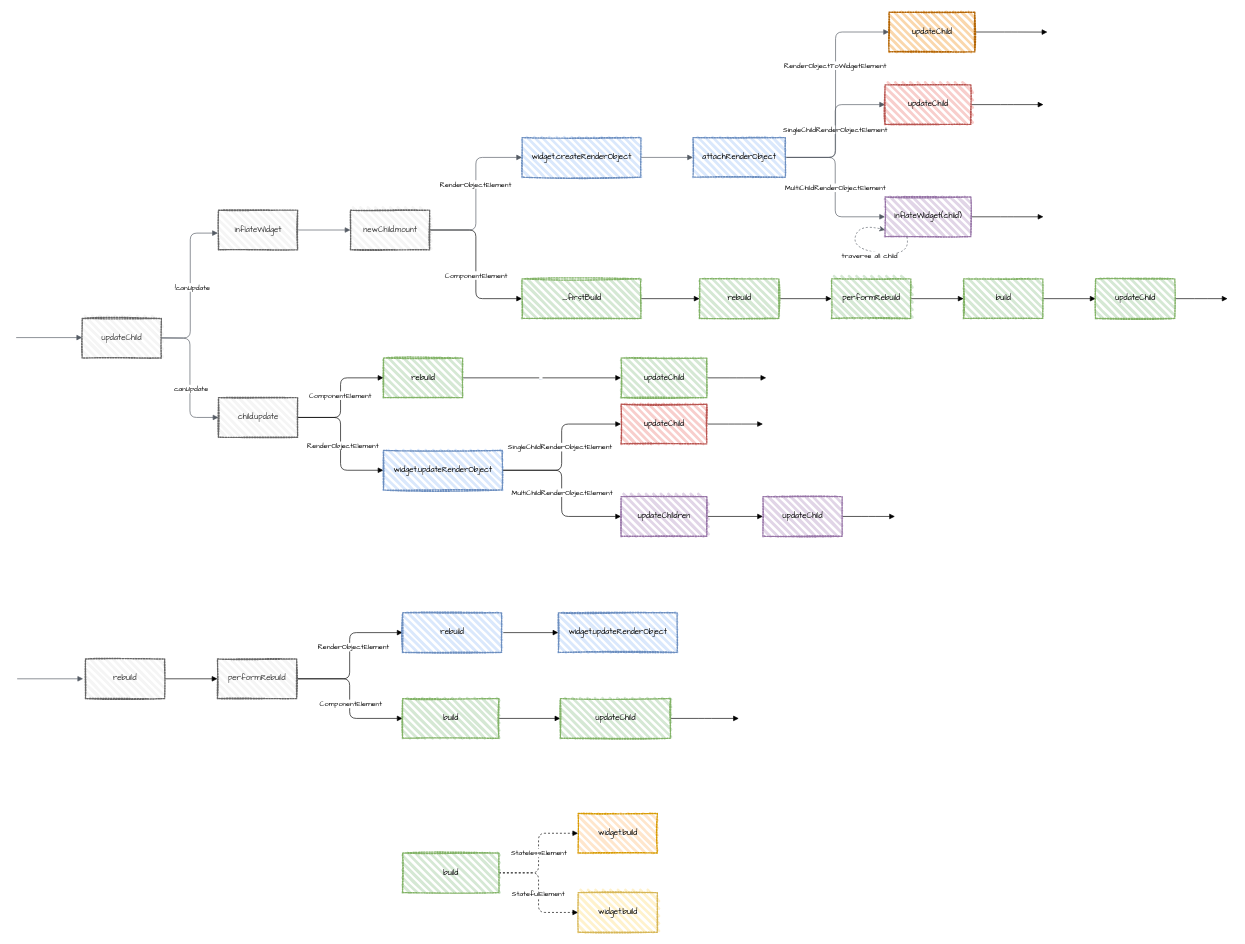
XVXVXXX/Algorithms keeps this draw.io diagram as Sort/Untitled Diagram.drawio. Above is the earlier version. Source tidied: cells renumbered, new cells numbered last; positions are measured from the earlier drawing's top-left corner, leaving out a move shared by most shapes. Both pictures are drawn from the tidied source at 66%, with x=0, y=0 at pixel (16, 12).
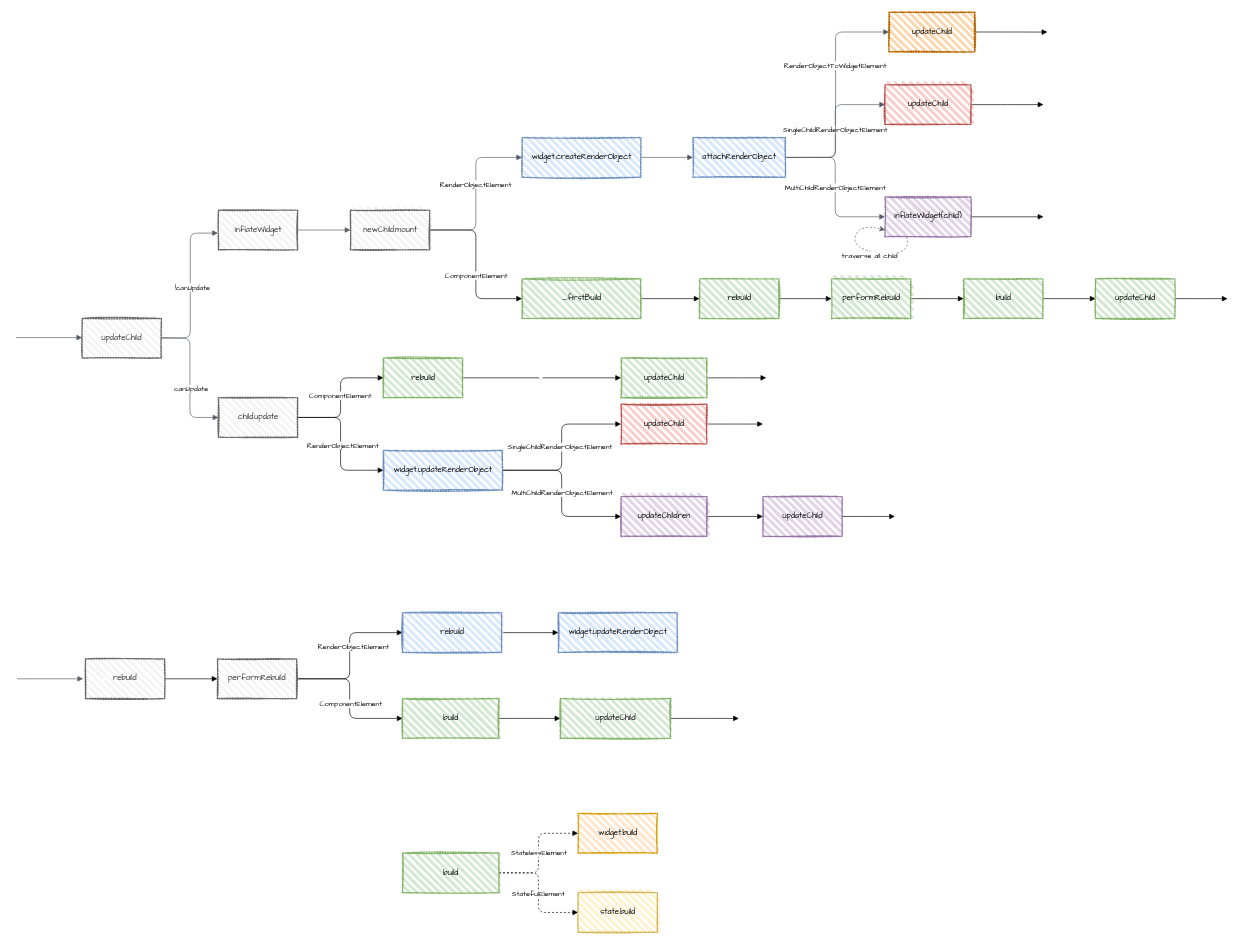
The same page after the edit.

Change to the diagram source:
```diff
@@
-    <mxCell id="82" value="widget.build" style="whiteSpace=wrap;html=1;dashed=1;dashPattern=1 1;fontFamily=Comic Sans MS;strokeColor=#d6b656;strokeWidth=2;fillColor=#fff2cc;sketch=1;fillWeight=4;hachureGap=8;hachureAngle=45;" parent="1" vertex="1">
+    <mxCell id="82" value="state.build" style="whiteSpace=wrap;html=1;dashed=1;dashPattern=1 1;fontFamily=Comic Sans MS;strokeColor=#d6b656;strokeWidth=2;fillColor=#fff2cc;sketch=1;fillWeight=4;hachureGap=8;hachureAngle=45;" parent="1" vertex="1">
       <mxGeometry x="851.5" y="1334" width="120" height="60" as="geometry" />
     </mxCell>
```
